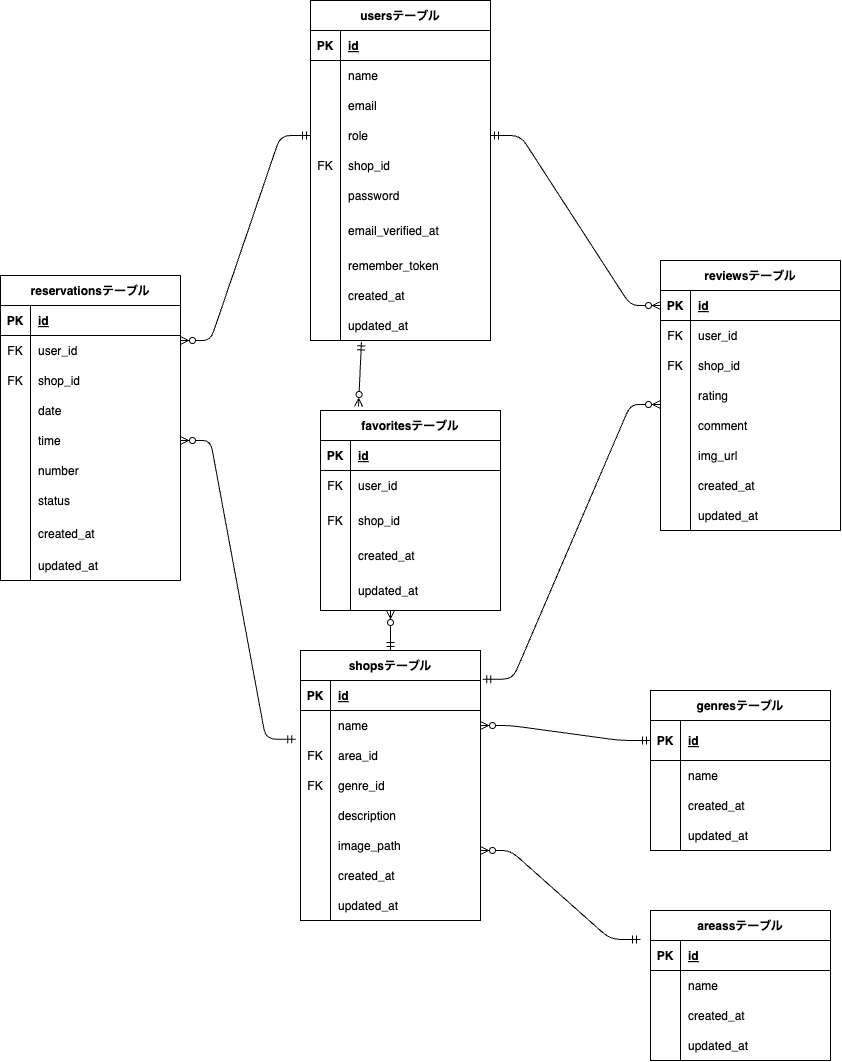
kngshi/sim_rese keeps this draw.io diagram as src/erd.drawio.png. Above is the earlier version. Source tidied: cells renumbered, new cells last; positions are measured from the earlier drawing's top-left corner, leaving out a move shared by most shapes.
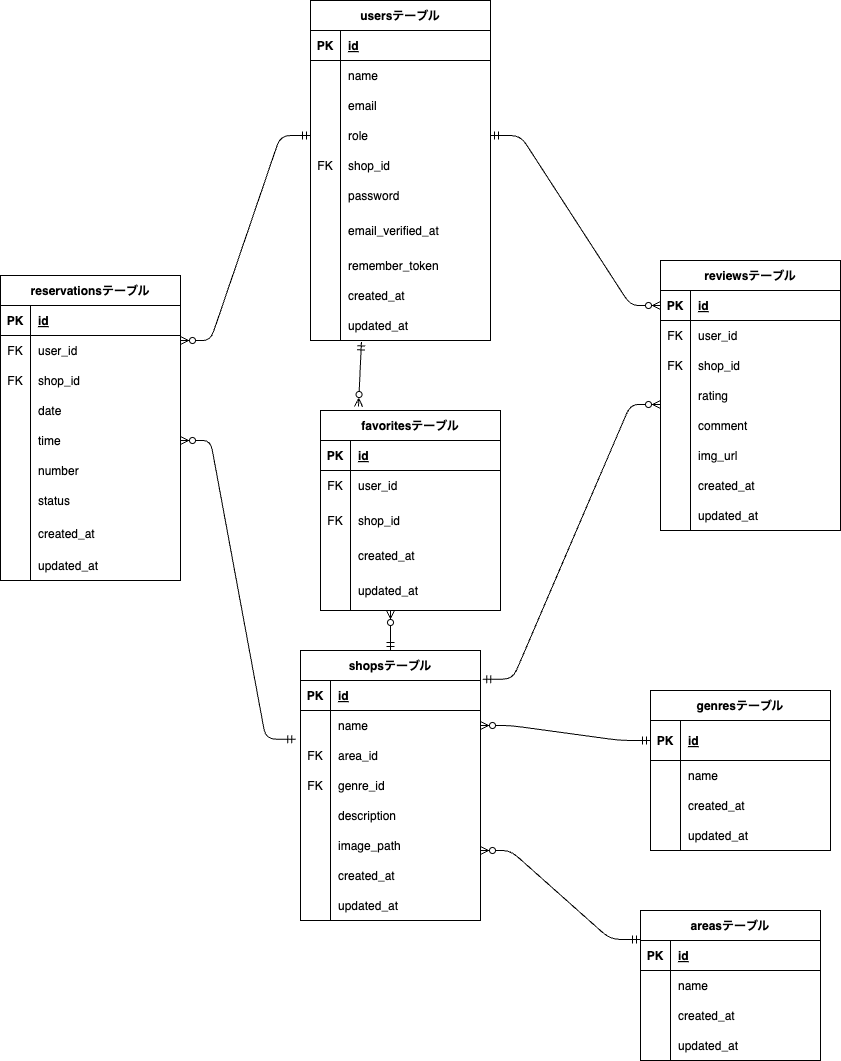
The same diagram one commit later.

The edit, as a diff of the source:
```diff
@@ -95,8 +95,8 @@
     <mxCell id="32" value="updated_at" style="shape=partialRectangle;fillColor=none;top=0;left=0;bottom=0;right=0;align=left;spacingLeft=6;overflow=hidden;" parent="30" vertex="1">
       <mxGeometry x="30" width="150" height="30" as="geometry" />
     </mxCell>
-    <mxCell id="33" value="areassテーブル" style="shape=table;startSize=30;rowLines=0;fontStyle=1;align=center;" parent="1" vertex="1">
-      <mxGeometry x="650" y="910" width="180" height="150" as="geometry" />
+    <mxCell id="33" value="areasテーブル" style="shape=table;startSize=30;rowLines=0;fontStyle=1;align=center;" parent="1" vertex="1">
+      <mxGeometry x="640" y="910" width="180" height="150" as="geometry" />
     </mxCell>
     <mxCell id="34" style="shape=tableRow;horizontal=0;startSize=0;swimlaneHead=0;swimlaneBody=0;fillColor=none;top=0;left=0;right=0;bottom=1;" parent="33" vertex="1">
       <mxGeometry y="30" width="180" height="30" as="geometry" />
```
